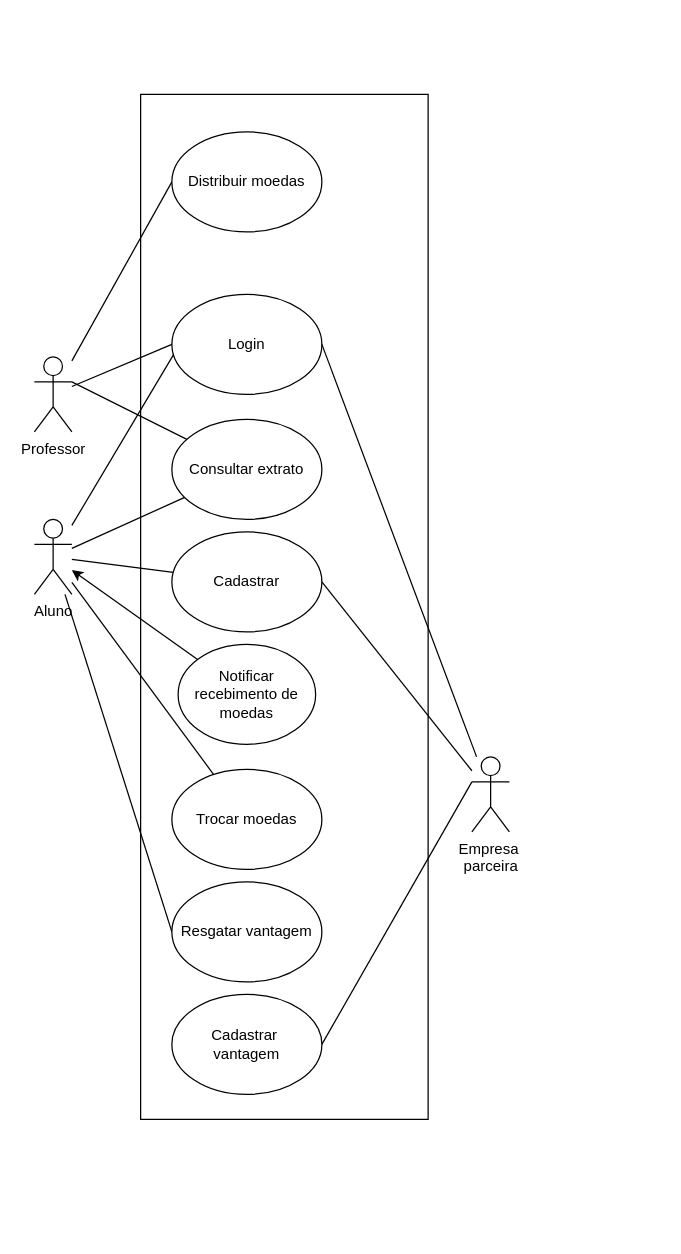
Before: projeto/diagramas/diagrama_de_casos_de_uso/diagrama_de_casos_de_uso.drawio in pucmg-2023-02-lps-g2/MGS-Projeto-03, a draw.io diagram. Source tidied: cells renumbered, new cells numbered last; positions are measured from the earlier drawing's top-left corner, leaving out a move shared by most shapes. Both pictures are drawn from the tidied source at 125%, with x=0, y=0 at pixel (34, 94).
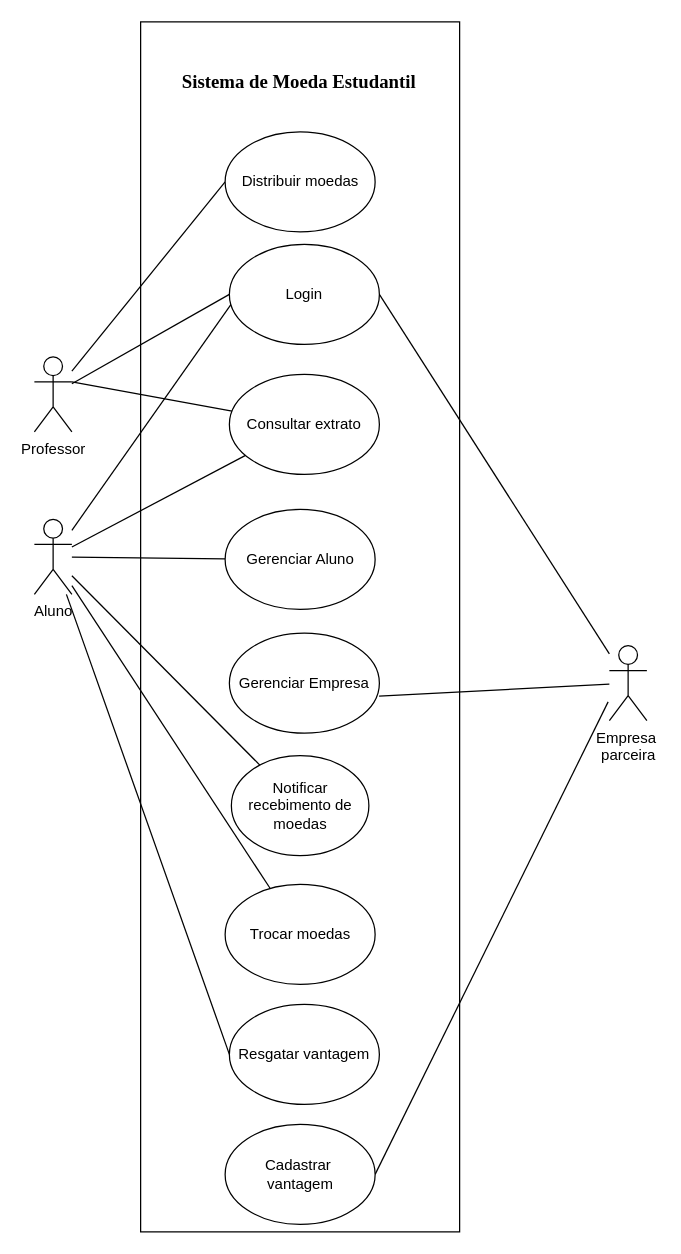
The same page after the edit.

Commit message (it also covers changes not shown here):
Correção do diagrama de caso de uso.

The change refers to these unchanged cells:
```xml
<mxCell id="2" value="&lt;div&gt;Aluno&lt;/div&gt;&lt;div&gt;&lt;br&gt;&lt;/div&gt;" style="shape=umlActor;verticalLabelPosition=bottom;verticalAlign=top;html=1;outlineConnect=0;" parent="1" vertex="1">
  <mxGeometry y="340" width="30" height="60" as="geometry" />
</mxCell>
```

Diff of the diagram source:
```diff
@@
     <mxCell id="3" style="whiteSpace=wrap;html=1;" parent="1" vertex="1">
-      <mxGeometry x="85" width="230" height="820" as="geometry" />
+      <mxGeometry x="85" y="-58" width="255.2" height="968" as="geometry" />
     </mxCell>
@@
-    <mxCell id="5" value="Cadastrar" style="ellipse;whiteSpace=wrap;html=1;" parent="1" vertex="1">
-      <mxGeometry x="110" y="350" width="120" height="80" as="geometry" />
+    <mxCell id="5" value="Gerenciar Aluno" style="ellipse;whiteSpace=wrap;html=1;" parent="1" vertex="1">
+      <mxGeometry x="152.6" y="332" width="120" height="80" as="geometry" />
     </mxCell>
@@
     <mxCell id="8" value="Distribuir moedas" style="ellipse;whiteSpace=wrap;html=1;" parent="1" vertex="1">
-      <mxGeometry x="110" y="30" width="120" height="80" as="geometry" />
+      <mxGeometry x="152.6" y="30" width="120" height="80" as="geometry" />
     </mxCell>
@@
     <mxCell id="10" value="Login" style="ellipse;whiteSpace=wrap;html=1;" parent="1" vertex="1">
-      <mxGeometry x="110" y="160" width="120" height="80" as="geometry" />
+      <mxGeometry x="156" y="120" width="120" height="80" as="geometry" />
     </mxCell>
@@
-    <mxCell id="12" style="rounded=0;jettySize=auto;html=1;" parent="1" edge="1" source="13" target="2">
+    <mxCell id="12" style="rounded=0;jettySize=auto;html=1;endArrow=none;endFill=0;" parent="1" edge="1" source="13" target="2">
       <mxGeometry relative="1" as="geometry" />
     </mxCell>
     <mxCell id="13" value="Notificar recebimento de moedas" style="ellipse;whiteSpace=wrap;html=1;" parent="1" vertex="1">
-      <mxGeometry x="115" y="440" width="110" height="80" as="geometry" />
+      <mxGeometry x="157.6" y="529" width="110" height="80" as="geometry" />
     </mxCell>
@@
     <mxCell id="15" value="Consultar extrato" style="ellipse;whiteSpace=wrap;html=1;" parent="1" vertex="1">
-      <mxGeometry x="110" y="260" width="120" height="80" as="geometry" />
+      <mxGeometry x="156" y="224" width="120" height="80" as="geometry" />
     </mxCell>
@@
     <mxCell id="18" value="Trocar moedas" style="ellipse;whiteSpace=wrap;html=1;" parent="1" vertex="1">
-      <mxGeometry x="110" y="540" width="120" height="80" as="geometry" />
+      <mxGeometry x="152.6" y="632" width="120" height="80" as="geometry" />
     </mxCell>
-    <mxCell id="19" style="rounded=0;jettySize=auto;html=1;entryX=1;entryY=0.5;entryDx=0;entryDy=0;endArrow=none;endFill=0;exitX=0;exitY=0.3333333333333333;exitDx=0;exitDy=0;exitPerimeter=0;" parent="1" edge="1" source="21" target="23">
-      <mxGeometry relative="1" as="geometry" />
+    <mxCell id="19" style="rounded=0;jettySize=auto;html=1;entryX=1;entryY=0.5;entryDx=0;entryDy=0;endArrow=none;endFill=0;" parent="1" edge="1" target="23">
+      <mxGeometry relative="1" as="geometry">
+        <mxPoint x="459" y="486" as="sourcePoint" />
+      </mxGeometry>
     </mxCell>
@@
     <mxCell id="21" value="&lt;div&gt;Empresa&amp;nbsp;&lt;/div&gt;&lt;div&gt;parceira&lt;/div&gt;" style="shape=umlActor;verticalLabelPosition=bottom;verticalAlign=top;html=1;outlineConnect=0;" parent="1" vertex="1">
-      <mxGeometry x="350" y="530" width="30" height="60" as="geometry" />
+      <mxGeometry x="460" y="441" width="30" height="60" as="geometry" />
     </mxCell>
-    <mxCell id="22" style="rounded=0;jettySize=auto;html=1;endArrow=none;endFill=0;" parent="1" edge="1" source="21">
-      <mxGeometry relative="1" as="geometry">
-        <mxPoint x="230" y="390" as="targetPoint" />
-      </mxGeometry>
+    <mxCell id="22" style="rounded=0;jettySize=auto;html=1;endArrow=none;endFill=0;entryX=0.998;entryY=0.63;entryDx=0;entryDy=0;entryPerimeter=0;" parent="1" edge="1" source="21" target="26">
+      <mxGeometry relative="1" as="geometry" />
     </mxCell>
     <mxCell id="23" value="&lt;div&gt;Cadastrar&amp;nbsp;&lt;/div&gt;&lt;div&gt;vantagem&lt;/div&gt;" style="ellipse;whiteSpace=wrap;html=1;" parent="1" vertex="1">
-      <mxGeometry x="110" y="720" width="120" height="80" as="geometry" />
+      <mxGeometry x="152.6" y="824" width="120" height="80" as="geometry" />
     </mxCell>
@@
     <mxCell id="25" value="Resgatar vantagem" style="ellipse;whiteSpace=wrap;html=1;" parent="1" vertex="1">
-      <mxGeometry x="110" y="630" width="120" height="80" as="geometry" />
+      <mxGeometry x="156" y="728" width="120" height="80" as="geometry" />
     </mxCell>
+    <mxCell id="26" value="Gerenciar Empresa" style="ellipse;whiteSpace=wrap;html=1;" parent="1" vertex="1">
+      <mxGeometry x="156" y="431" width="120" height="80" as="geometry" />
+    </mxCell>
+    <mxCell id="27" value="Sistema de Moeda Estudantil" style="text;html=1;strokeColor=none;fillColor=none;align=center;verticalAlign=middle;whiteSpace=wrap;rounded=0;fontStyle=1;fontFamily=Times New Roman;fontSize=15;" parent="1" vertex="1">
+      <mxGeometry x="115.4" y="-26" width="194.4" height="30" as="geometry" />
+    </mxCell>
```
